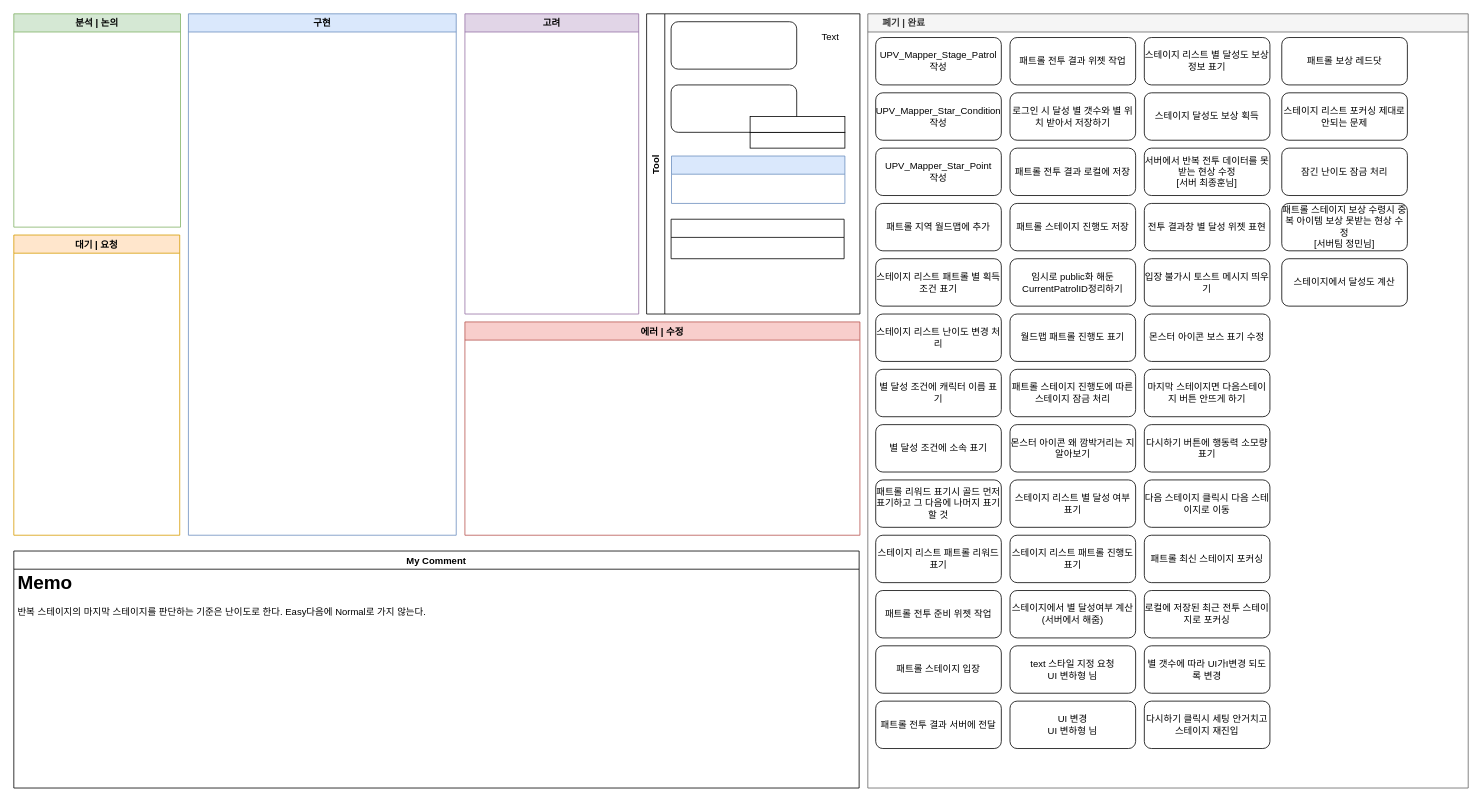
Before: 반복 스테이지 진행상황.drawio in Endorr/Job-Board, a draw.io diagram. Source tidied: cells renumbered, new cells numbered last; positions are measured from the earlier drawing's top-left corner, leaving out a move shared by most shapes. Both pictures are drawn from the tidied source at 79%, with x=0, y=0 at pixel (13, 13).
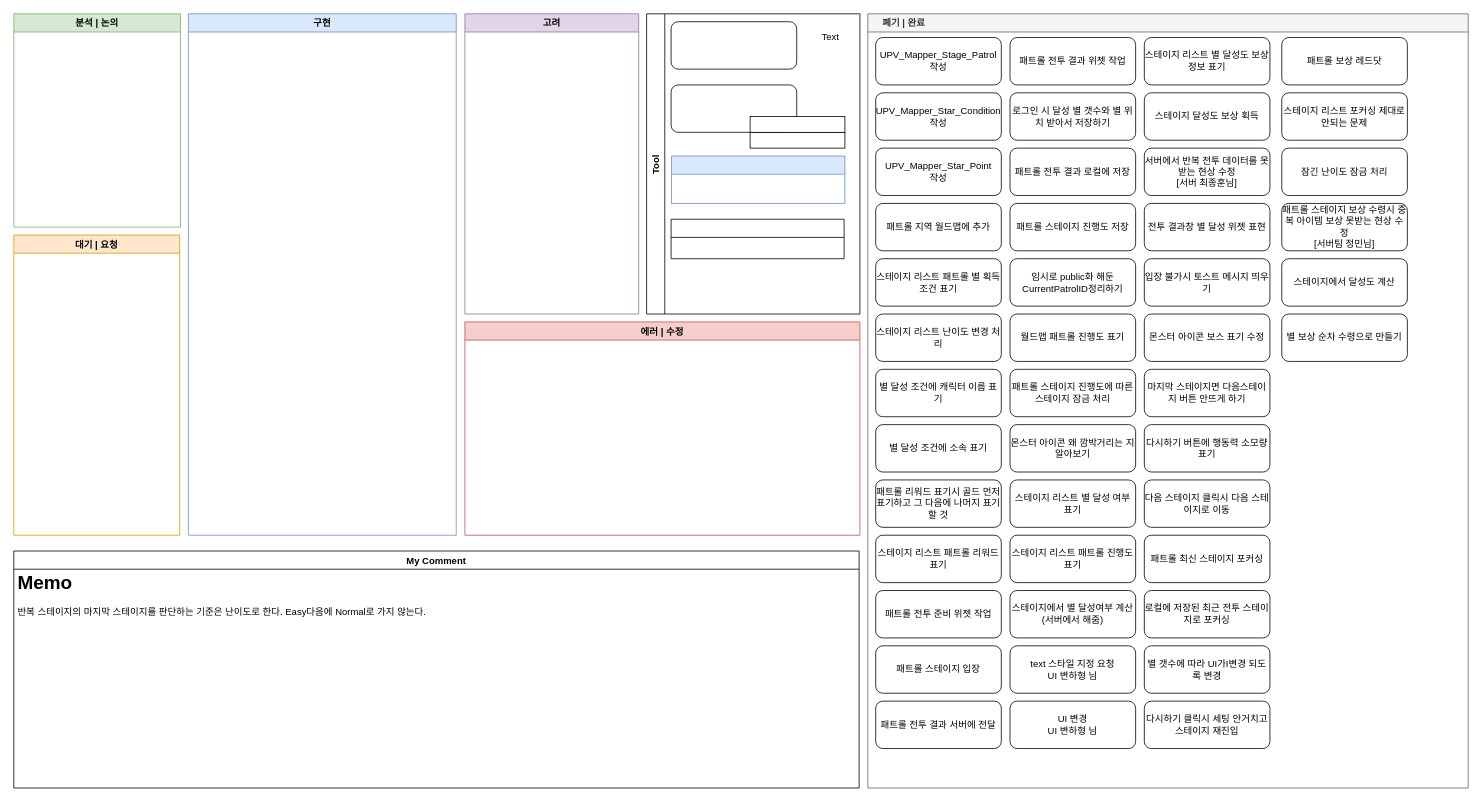
The same page after the edit.

Commit message:
Update 반복 스테이지 진행상황.drawio

Unchanged cells that the change refers to:
```xml
<mxCell id="7" value="     폐기 | 완료" style="swimlane;strokeColor=#666666;fillColor=#f5f5f5;fontColor=#333333;align=left;" parent="1" vertex="1">
  <mxGeometry x="1081" width="760" height="980" as="geometry" />
</mxCell>
```

What changed in the source:
```diff
@@
+    <mxCell id="63" value="별 보상 순차 수령으로 만들기" style="rounded=1;whiteSpace=wrap;html=1;" parent="7" vertex="1">
+      <mxGeometry x="524" y="380" width="159" height="60" as="geometry" />
+    </mxCell>
```
